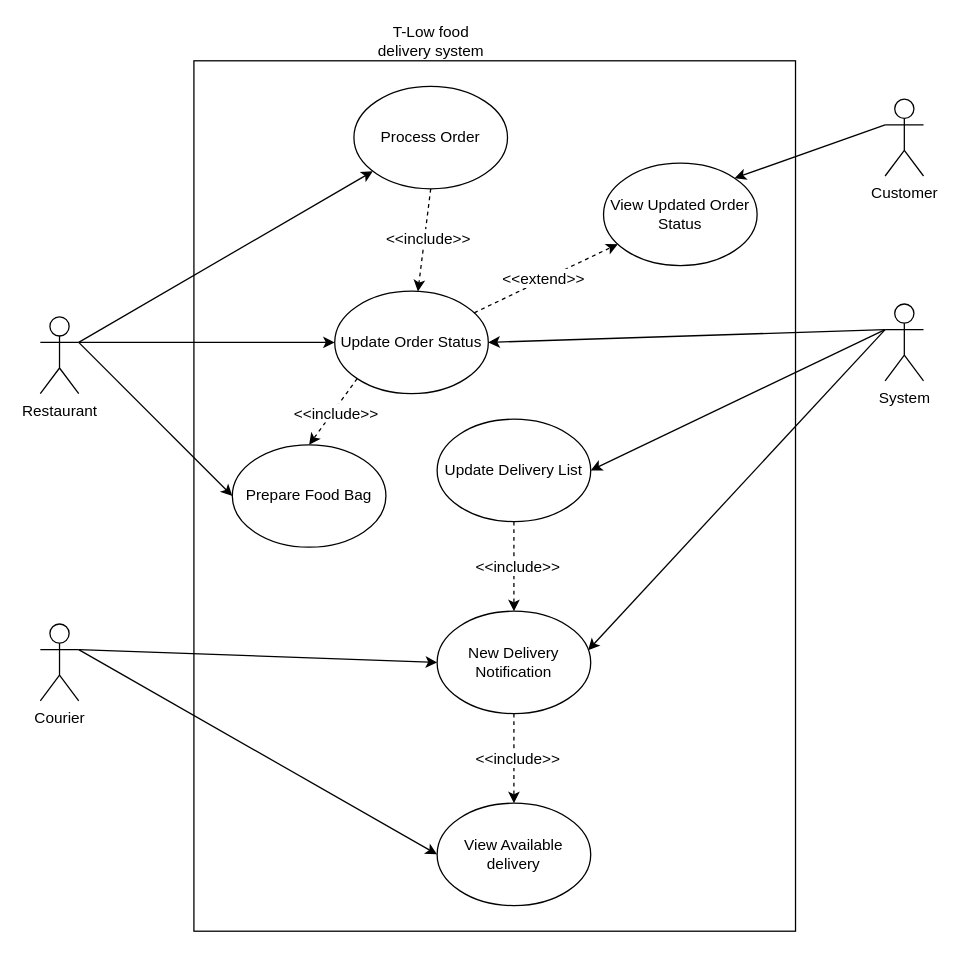
The draw.io diagram UseCase3.drawio in jahan19011noor/university_project, before the edit. Source tidied: cells renumbered, new cells numbered last; positions are measured from the earlier drawing's top-left corner, leaving out a move shared by most shapes. Both pictures are drawn from the tidied source at 128%, with x=0, y=0 at pixel (40, 22).
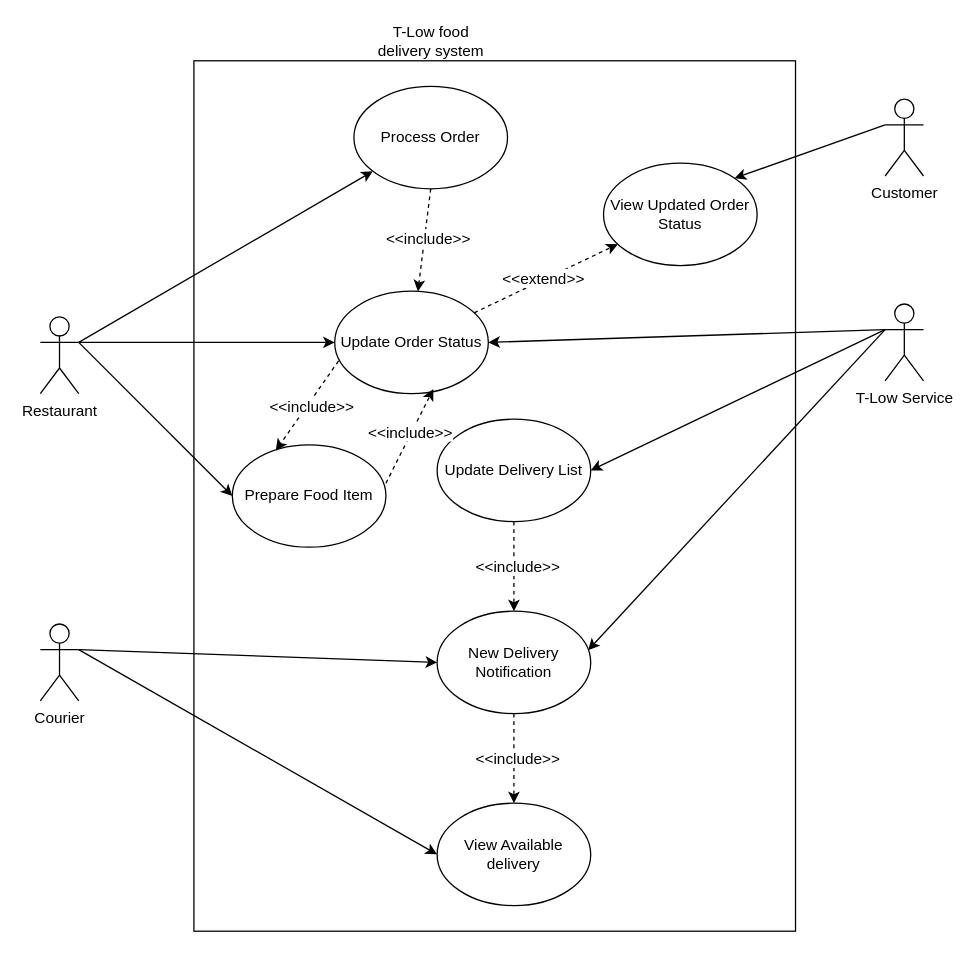
Above is the later version.

The change refers to these unchanged cells:
```xml
<mxCell id="10" value="Update Order Status" style="ellipse;whiteSpace=wrap;html=1;" parent="1" vertex="1">
  <mxGeometry x="230" y="210" width="120" height="80" as="geometry" />
</mxCell>
```

The edit, as a diff of the source:
```diff
@@
-    <mxCell id="6" value="System" style="shape=umlActor;verticalLabelPosition=bottom;verticalAlign=top;html=1;outlineConnect=0;" parent="1" vertex="1">
+    <mxCell id="6" value="T-Low Service" style="shape=umlActor;verticalLabelPosition=bottom;verticalAlign=top;html=1;outlineConnect=0;" parent="1" vertex="1">
       <mxGeometry x="660" y="220" width="30" height="60" as="geometry" />
     </mxCell>
@@
-    <mxCell id="13" value="Prepare Food Bag" style="ellipse;whiteSpace=wrap;html=1;" parent="1" vertex="1">
+    <mxCell id="13" value="Prepare Food Item" style="ellipse;whiteSpace=wrap;html=1;" parent="1" vertex="1">
       <mxGeometry x="150" y="330" width="120" height="80" as="geometry" />
     </mxCell>
@@
-    <mxCell id="21" style="html=1;labelBackgroundColor=#ffffff;startArrow=none;startFill=0;startSize=6;endArrow=classic;endFill=1;endSize=6;jettySize=auto;strokeWidth=1;dashed=1;fontSize=14;rounded=0;exitX=0;exitY=1;exitDx=0;exitDy=0;entryX=0.5;entryY=0;entryDx=0;entryDy=0;" parent="1" edge="1" source="10" target="13">
+    <mxCell id="21" style="html=1;labelBackgroundColor=#ffffff;startArrow=none;startFill=0;startSize=6;endArrow=classic;endFill=1;endSize=6;jettySize=auto;strokeWidth=1;dashed=1;fontSize=14;rounded=0;entryX=0.283;entryY=0.056;entryDx=0;entryDy=0;entryPerimeter=0;exitX=0.025;exitY=0.681;exitDx=0;exitDy=0;exitPerimeter=0;" parent="1" edge="1" source="10" target="13">
       <mxGeometry relative="1" as="geometry" />
     </mxCell>
@@
+    <mxCell id="35" style="html=1;labelBackgroundColor=#ffffff;startArrow=none;startFill=0;startSize=6;endArrow=classic;endFill=1;endSize=6;jettySize=auto;strokeWidth=1;dashed=1;fontSize=14;rounded=0;entryX=0.642;entryY=0.956;entryDx=0;entryDy=0;exitX=1;exitY=0.375;exitDx=0;exitDy=0;exitPerimeter=0;entryPerimeter=0;" parent="1" edge="1" source="13" target="10">
+      <mxGeometry relative="1" as="geometry" />
+    </mxCell>
+    <mxCell id="36" value="&lt;font style=&quot;font-size: 12px&quot;&gt;&amp;lt;&amp;lt;include&amp;gt;&amp;gt;&lt;/font&gt;" style="edgeLabel;html=1;align=center;verticalAlign=middle;fontSize=13;" parent="1" vertex="1">
+      <mxGeometry x="226" y="319.1" as="geometry">
+        <mxPoint x="62" as="offset" />
+      </mxGeometry>
+    </mxCell>
```
